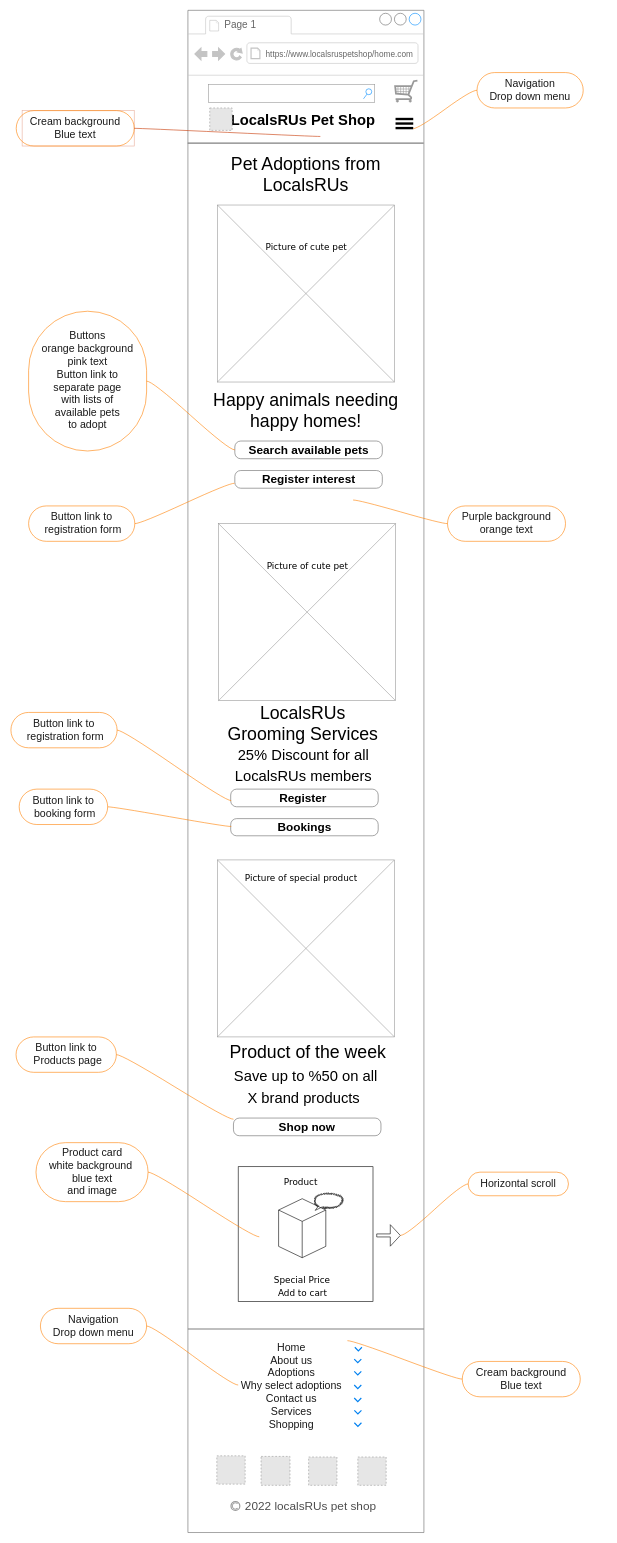
This is page "Home page mobile version" (1 of 10) of Untitled Diagram.drawio from Oenghuswalsh/ICTWEB431-OenghusWalsh, a draw.io file, before an edit. Source tidied: cells renumbered, new cells numbered last; positions are measured from the earlier drawing's top-left corner, leaving out a move shared by most shapes. Both pictures are drawn from the tidied source at 59%, with x=0, y=0 at pixel (10, 10). Pictures stored in the file or linked from it are replaced by grey dashed boxes.
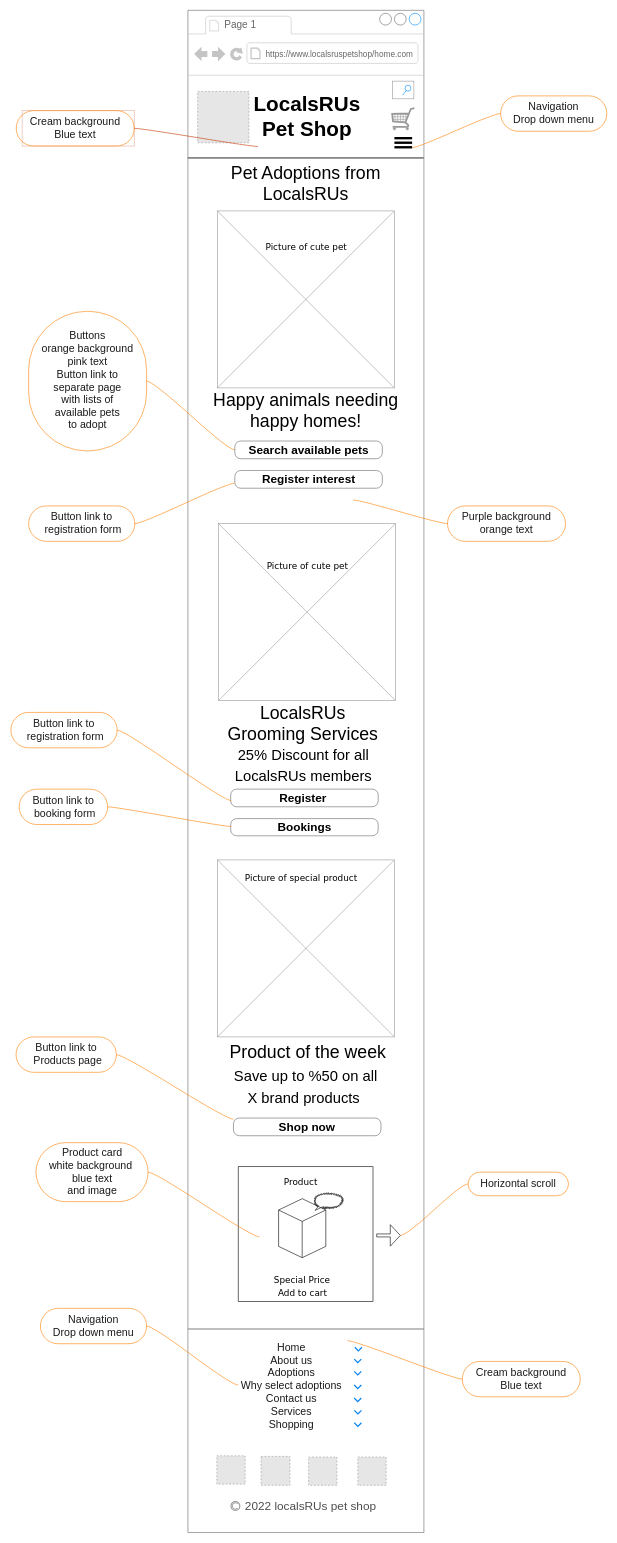
The same diagram, later.

The change refers to these unchanged cells:
```xml
<mxCell id="2" style="strokeWidth=1;shadow=0;dashed=0;align=center;html=1;shape=mxgraph.mockup.containers.browserWindow;rSize=0;strokeColor=#666666;mainText=,;rounded=0;labelBackgroundColor=none;fontFamily=Verdana;fontSize=12;fillColor=none;" parent="1" vertex="1">
  <mxGeometry x="301" width="400" height="2580" as="geometry" />
</mxCell>
<mxCell id="13" style="group;" parent="2" vertex="1">
  <mxGeometry x="50" y="330" width="300" height="300" as="geometry" />
</mxCell>
<mxCell id="63" value="Cream background&lt;br&gt;Blue text" style="whiteSpace=wrap;html=1;rounded=1;arcSize=50;align=center;verticalAlign=middle;strokeWidth=1;spacing=4;newEdgeStyle={&quot;edgeStyle&quot;:&quot;entityRelationEdgeStyle&quot;,&quot;startArrow&quot;:&quot;none&quot;,&quot;endArrow&quot;:&quot;none&quot;,&quot;segment&quot;:10,&quot;curved&quot;:1};fontFamily=Helvetica;fontSize=18;fontColor=#1A1A1A;fillColor=none;strokeColor=#FF8000;" parent="62" vertex="1">
  <mxGeometry x="-10" width="200" height="60" as="geometry" />
</mxCell>
```

What changed in the source:
```diff
@@
-    <mxCell id="5" value="&lt;b style=&quot;font-size: 25px;&quot;&gt;&lt;font style=&quot;font-size: 25px;&quot;&gt;LocalsRUs Pet Shop&lt;/font&gt;&lt;/b&gt;" style="text;html=1;points=[];align=left;verticalAlign=top;spacingTop=-4;fontSize=25;fontFamily=Helvetica;" parent="2" vertex="1">
-      <mxGeometry x="70.7" y="168" width="250" height="40" as="geometry" />
-    </mxCell>
-    <mxCell id="6" style="strokeWidth=1;shadow=0;dashed=0;align=center;html=1;shape=mxgraph.mockup.forms.searchBox;strokeColor=#999999;mainText=;strokeColor2=#008cff;fontColor=#666666;fontSize=17;align=left;spacingLeft=3;rounded=0;labelBackgroundColor=none;" parent="2" vertex="1">
-      <mxGeometry x="34.6" y="126" width="282" height="30" as="geometry" />
-    </mxCell>
-    <mxCell id="7" style="verticalLabelPosition=bottom;shadow=0;dashed=0;align=center;html=1;verticalAlign=top;strokeWidth=1;shape=mxgraph.mockup.misc.shoppingCart;strokeColor=#999999;fontFamily=Helvetica;fontSize=10;fontColor=#A3A3A3;fillColor=none;" parent="2" vertex="1">
-      <mxGeometry x="350" y="118" width="40" height="38" as="geometry" />
-    </mxCell>
@@
     <mxCell id="15" style="verticalLabelPosition=bottom;shadow=0;dashed=0;align=center;html=1;verticalAlign=top;strokeWidth=1;shape=mxgraph.mockup.graphics.simpleIcon;strokeColor=#999999;fillColor=none;rounded=0;labelBackgroundColor=none;fontFamily=Verdana;fontSize=12;fontColor=#000000;" parent="13" vertex="1">
-      <mxGeometry width="300" height="300" as="geometry" />
+      <mxGeometry y="10" width="300" height="300" as="geometry" />
     </mxCell>
@@
     <mxCell id="42" value="Pet Adoptions from LocalsRUs" style="text;html=1;align=center;verticalAlign=top;spacingTop=-4;fontSize=30;fontFamily=Helvetica;whiteSpace=wrap;" parent="2" vertex="1">
-      <mxGeometry x="37.8" y="240" width="324.4" height="80" as="geometry" />
+      <mxGeometry x="37.8" y="255" width="324.4" height="80" as="geometry" />
     </mxCell>
-    <mxCell id="43" style="fillColor=#E6E6E6;strokeColor=#999999;dashed=1;html=1;verticalAlign=top;verticalLabelPosition=bottom;labelBackgroundColor=#ffffff;fontFamily=Helvetica;fontSize=25;fontColor=#1A1A1A;" parent="2" vertex="1">
-      <mxGeometry x="37" y="165.5" width="38" height="38" as="geometry" />
-    </mxCell>
@@
-    <mxCell id="45" style="line;strokeWidth=2;html=1;fontFamily=Helvetica;fontSize=18;fontColor=#1A1A1A;fillColor=none;strokeColor=#808080;" parent="2" vertex="1">
-      <mxGeometry x="-0.4" y="220" width="400" height="10" as="geometry" />
-    </mxCell>
@@
-    <mxCell id="54" style="group;" parent="2" vertex="1">
-      <mxGeometry x="351.9" y="172.5" width="30" height="31" as="geometry" />
-    </mxCell>
+    <mxCell id="104" style="line;strokeWidth=2;html=1;fontFamily=Helvetica;fontSize=18;fontColor=#1A1A1A;fillColor=none;strokeColor=#808080;" parent="2" vertex="1">
+      <mxGeometry x="-0.4" y="245" width="400" height="10" as="geometry" />
+    </mxCell>
+    <mxCell id="5" value="&lt;b style=&quot;&quot;&gt;&lt;font style=&quot;font-size: 35px;&quot;&gt;LocalsRUs Pet Shop&lt;/font&gt;&lt;/b&gt;" style="text;html=1;points=[];align=center;verticalAlign=top;spacingTop=-4;fontSize=26;fontFamily=Helvetica;whiteSpace=wrap;" parent="2" vertex="1">
+      <mxGeometry x="81" y="135" width="242" height="92" as="geometry" />
+    </mxCell>
+    <mxCell id="105" style="verticalLabelPosition=bottom;shadow=0;dashed=0;align=center;html=1;verticalAlign=top;strokeWidth=1;shape=mxgraph.mockup.misc.shoppingCart;strokeColor=#999999;fontFamily=Helvetica;fontSize=10;fontColor=#A3A3A3;fillColor=none;" parent="2" vertex="1">
+      <mxGeometry x="345" y="165" width="40" height="38" as="geometry" />
+    </mxCell>
+    <mxCell id="106" style="group;" parent="2" vertex="1">
+      <mxGeometry x="350" y="205" width="30" height="31" as="geometry" />
+    </mxCell>
-    <mxCell id="55" style="line;strokeWidth=4;html=1;perimeter=backbonePerimeter;fontFamily=Helvetica;fontSize=25;fontColor=#4D4D4D;fillColor=none;" parent="54" vertex="1">
+    <mxCell id="55" style="line;strokeWidth=4;html=1;perimeter=backbonePerimeter;fontFamily=Helvetica;fontSize=25;fontColor=#4D4D4D;fillColor=none;" parent="106" vertex="1">
       <mxGeometry y="7.8" width="30" height="7.8" as="geometry" />
     </mxCell>
-    <mxCell id="56" style="line;strokeWidth=4;html=1;perimeter=backbonePerimeter;fontFamily=Helvetica;fontSize=25;fontColor=#4D4D4D;fillColor=none;" parent="54" vertex="1">
+    <mxCell id="56" style="line;strokeWidth=4;html=1;perimeter=backbonePerimeter;fontFamily=Helvetica;fontSize=25;fontColor=#4D4D4D;fillColor=none;" parent="106" vertex="1">
       <mxGeometry y="15.5" width="30" height="7.8" as="geometry" />
     </mxCell>
-    <mxCell id="57" style="line;strokeWidth=4;html=1;perimeter=backbonePerimeter;points=[];outlineConnect=0;fontFamily=Helvetica;fontSize=25;fontColor=#4D4D4D;fillColor=none;" parent="54" vertex="1">
+    <mxCell id="57" style="line;strokeWidth=4;html=1;perimeter=backbonePerimeter;points=[];outlineConnect=0;fontFamily=Helvetica;fontSize=25;fontColor=#4D4D4D;fillColor=none;" parent="106" vertex="1">
       <mxGeometry y="23.2" width="30" height="7.8" as="geometry" />
     </mxCell>
+    <mxCell id="107" style="fillColor=#E6E6E6;strokeColor=#999999;dashed=1;html=1;verticalAlign=top;verticalLabelPosition=bottom;labelBackgroundColor=#ffffff;fontFamily=Helvetica;fontSize=25;fontColor=#1A1A1A;" parent="2" vertex="1">
+      <mxGeometry x="16.5" y="137.5" width="87" height="87" as="geometry" />
+    </mxCell>
+    <mxCell id="108" style="line;strokeWidth=2;html=1;fontFamily=Helvetica;fontSize=18;fontColor=#1A1A1A;fillColor=none;strokeColor=#808080;" parent="2" vertex="1">
+      <mxGeometry y="245" width="400" height="10" as="geometry" />
+    </mxCell>
+    <mxCell id="109" style="strokeWidth=1;shadow=0;dashed=0;align=center;html=1;shape=mxgraph.mockup.forms.searchBox;strokeColor=#999999;mainText=;strokeColor2=#008cff;fontColor=#666666;fontSize=17;align=left;spacingLeft=3;rounded=0;labelBackgroundColor=none;" parent="2" vertex="1">
+      <mxGeometry x="347" y="120" width="36" height="30" as="geometry" />
+    </mxCell>
     <mxCell id="58" style="group;strokeColor=none;" parent="1" vertex="1">
-      <mxGeometry x="791" y="105.5" width="180" height="60" as="geometry" />
+      <mxGeometry x="831" y="145" width="180" height="60" as="geometry" />
     </mxCell>
@@
-    <mxCell id="64" style="edgeStyle=entityRelationEdgeStyle;startArrow=none;endArrow=none;segment=10;curved=1;rounded=0;fontFamily=Helvetica;fontSize=18;fontColor=#1A1A1A;exitX=0.615;exitY=1.145;exitDx=0;exitDy=0;exitPerimeter=0;strokeColor=#C73500;fillColor=#fa6800;" parent="1" edge="1" source="5" target="63">
+    <mxCell id="64" style="edgeStyle=entityRelationEdgeStyle;startArrow=none;endArrow=none;segment=10;curved=1;rounded=0;fontFamily=Helvetica;fontSize=18;fontColor=#1A1A1A;exitX=0.156;exitY=1.041;exitDx=0;exitDy=0;exitPerimeter=0;strokeColor=#C73500;fillColor=#fa6800;" parent="1" edge="1" source="5" target="63">
       <mxGeometry relative="1" as="geometry" />
     </mxCell>
```
